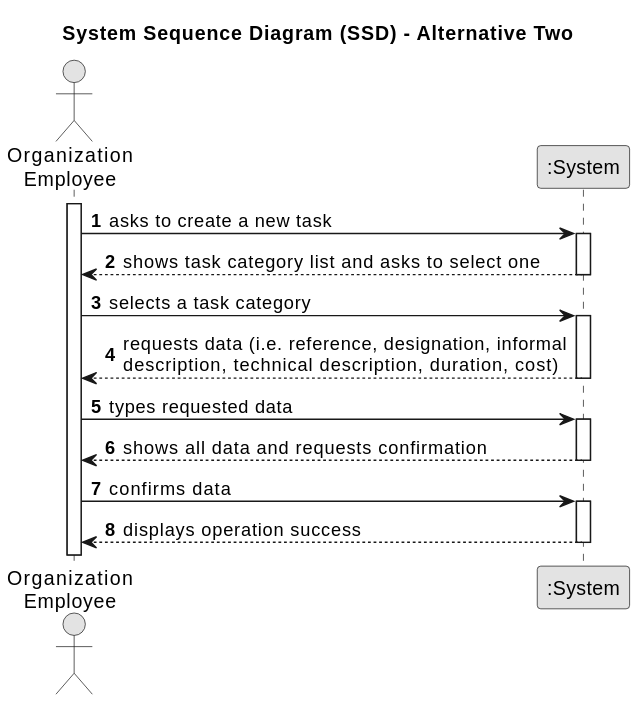
Earlier version of the PlantUML export docs/sprintA/us003/01.requirements-engineering/svg/us003-system-sequence-diagram-alternative-two.svg (diogoveirospro/lei-24-s2-1dg-g072). The source it was exported from:
```plantuml
@startuml
skinparam monochrome true
skinparam packageStyle rectangle
skinparam shadowing false

title System Sequence Diagram (SSD) - Alternative Two

autonumber

actor "Organization\nEmployee" as Employee
participant ":System" as System

activate Employee

    Employee -> System : asks to create a new task
    activate System

        System --> Employee : shows task category list and asks to select one
    deactivate System

    Employee -> System : selects a task category
    activate System

        System --> Employee : requests data (i.e. reference, designation, informal\ndescription, technical description, duration, cost)
    deactivate System

    Employee -> System : types requested data
    activate System

        System --> Employee : shows all data and requests confirmation
    deactivate System

    Employee -> System : confirms data
    activate System

        System --> Employee : displays operation success
    deactivate System
@enduml
```
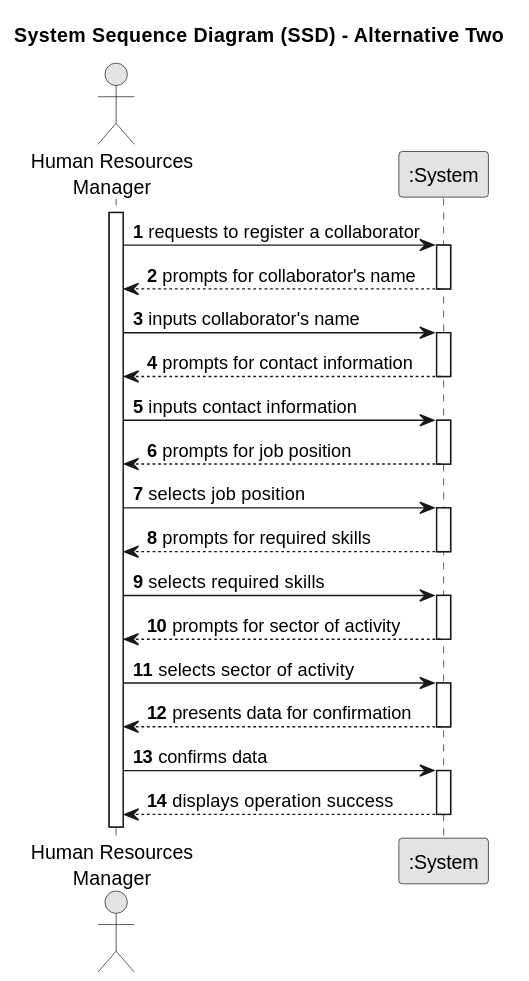
The same file after the commit.

The edit, as a diff of the source:
```diff
@@ -7,32 +7,50 @@
 
 autonumber
 
-actor "Organization\nEmployee" as Employee
+actor "Human Resources\nManager" as HRM
 participant ":System" as System
 
-activate Employee
+activate HRM
 
-    Employee -> System : asks to create a new task
+    HRM -> System : requests to register a collaborator
     activate System
 
-        System --> Employee : shows task category list and asks to select one
+        System --> HRM : prompts for collaborator's name
     deactivate System
 
-    Employee -> System : selects a task category
+    HRM -> System : inputs collaborator's name
     activate System
 
-        System --> Employee : requests data (i.e. reference, designation, informal\ndescription, technical description, duration, cost)
+        System --> HRM : prompts for contact information
     deactivate System
 
-    Employee -> System : types requested data
+    HRM -> System : inputs contact information
     activate System
 
-        System --> Employee : shows all data and requests confirmation
+        System --> HRM : prompts for job position
     deactivate System
 
-    Employee -> System : confirms data
+    HRM -> System : selects job position
     activate System
 
-        System --> Employee : displays operation success
+        System --> HRM : prompts for required skills
+    deactivate System
+
+    HRM -> System : selects required skills
+    activate System
+
+        System --> HRM : prompts for sector of activity
+    deactivate System
+
+    HRM -> System : selects sector of activity
+    activate System
+
+        System --> HRM : presents data for confirmation
+    deactivate System
+
+    HRM -> System : confirms data
+    activate System
+
+        System --> HRM : displays operation success
     deactivate System
 @enduml
```
